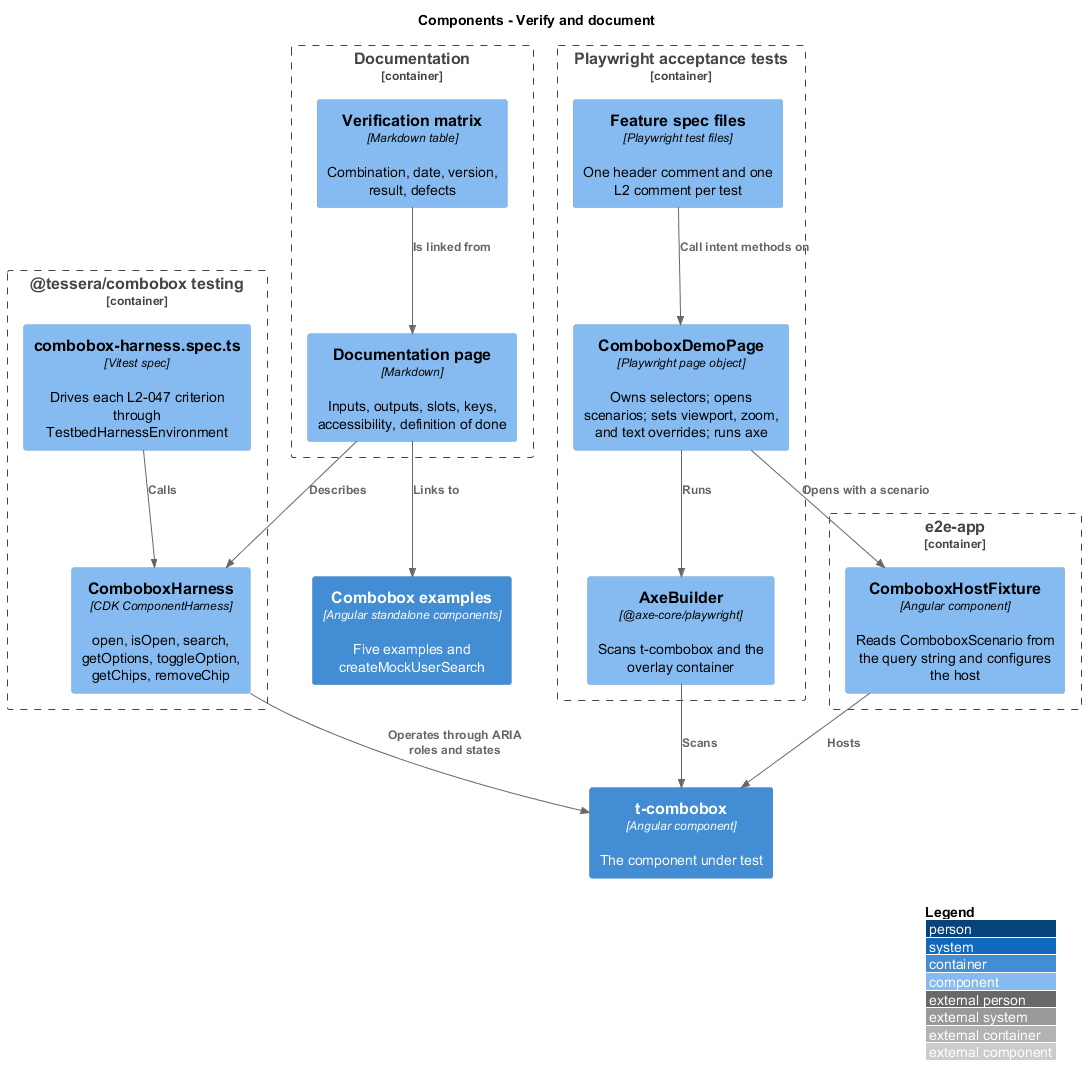
Earlier version of the PlantUML export docs/detailed-designs/combobox/verify-and-document/diagrams/c4-component.png (QuinntyneBrown/Tessera).
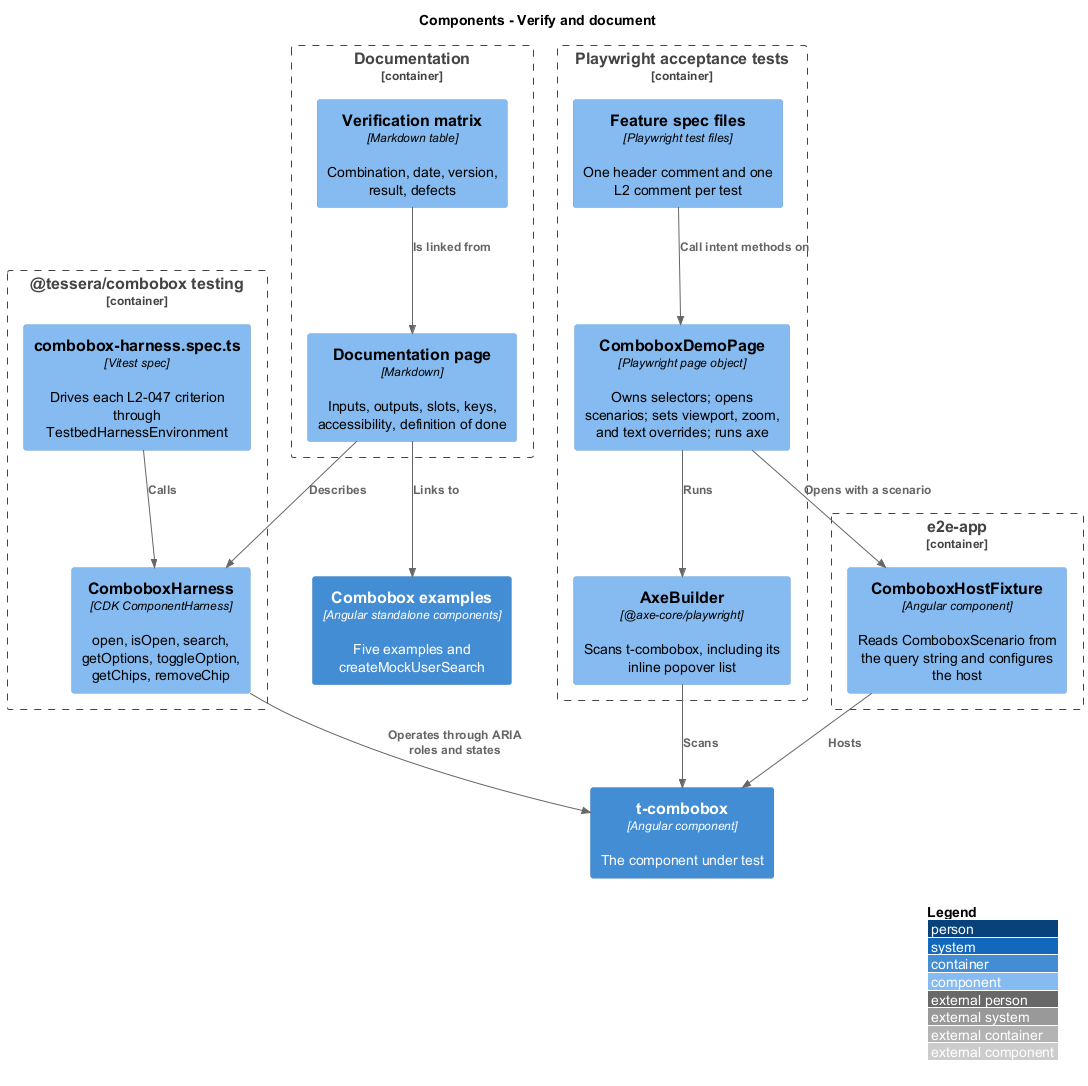
Above is the later version.

What changed in the source:
```diff
@@ -14,7 +14,7 @@
 }
 Container_Boundary(tests, "Playwright acceptance tests") {
   Component(page, "ComboboxDemoPage", "Playwright page object", "Owns selectors; opens scenarios; sets viewport, zoom, and text overrides; runs axe")
-  Component(axe, "AxeBuilder", "@axe-core/playwright", "Scans t-combobox and the overlay container")
+  Component(axe, "AxeBuilder", "@axe-core/playwright", "Scans t-combobox, including its inline popover list")
   Component(specs, "Feature spec files", "Playwright test files", "One header comment and one L2 comment per test")
 }
 Container_Boundary(docs, "Documentation") {
```
